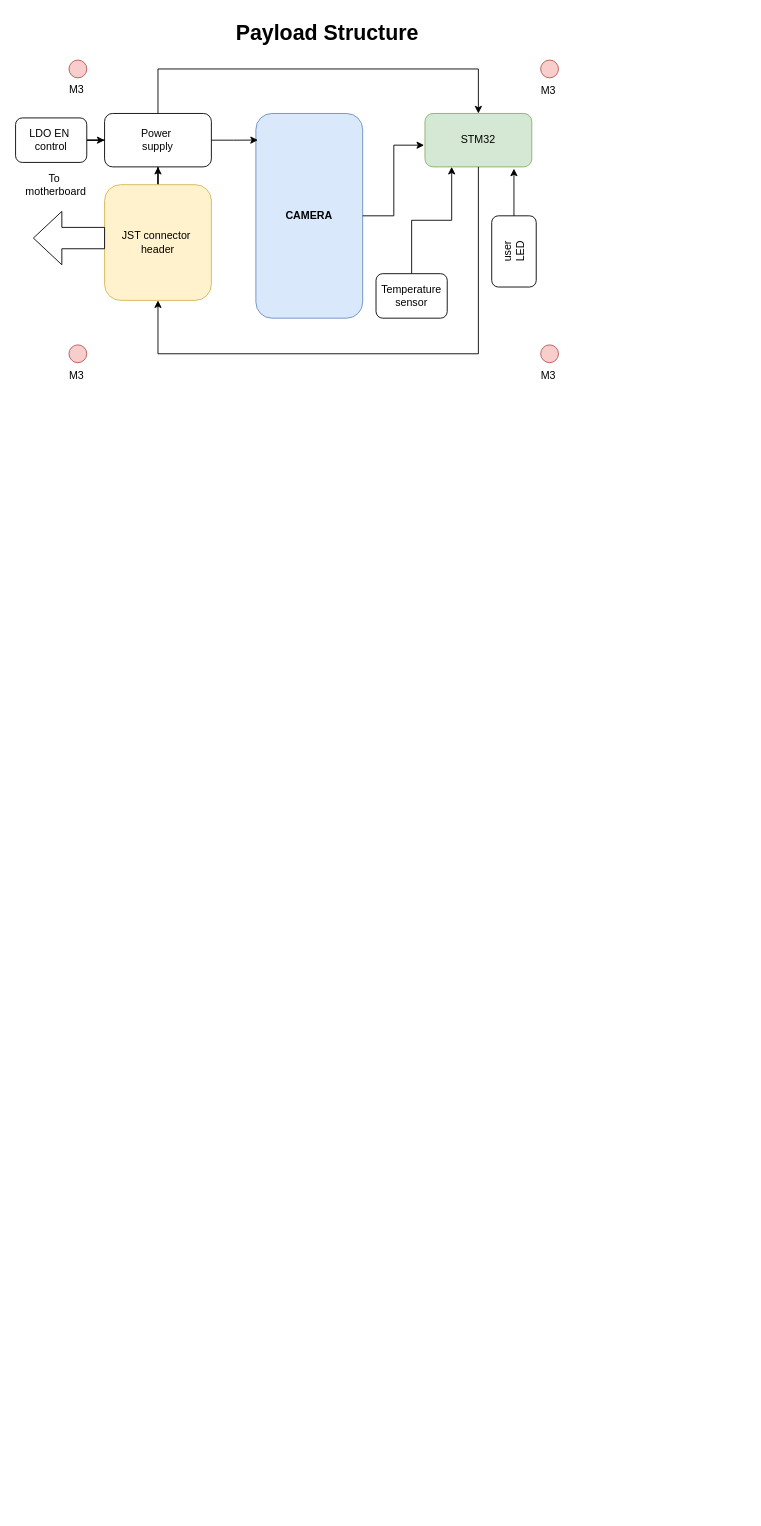
Before: payload/docs/payload-structure.drawio in bytecod3/Project-Shadow-Flight, a draw.io diagram. Source tidied: cells renumbered, new cells numbered last; positions are measured from the earlier drawing's top-left corner, leaving out a move shared by most shapes. Both pictures are drawn from the tidied source at 89%, with x=0, y=0 at pixel (15, 15).
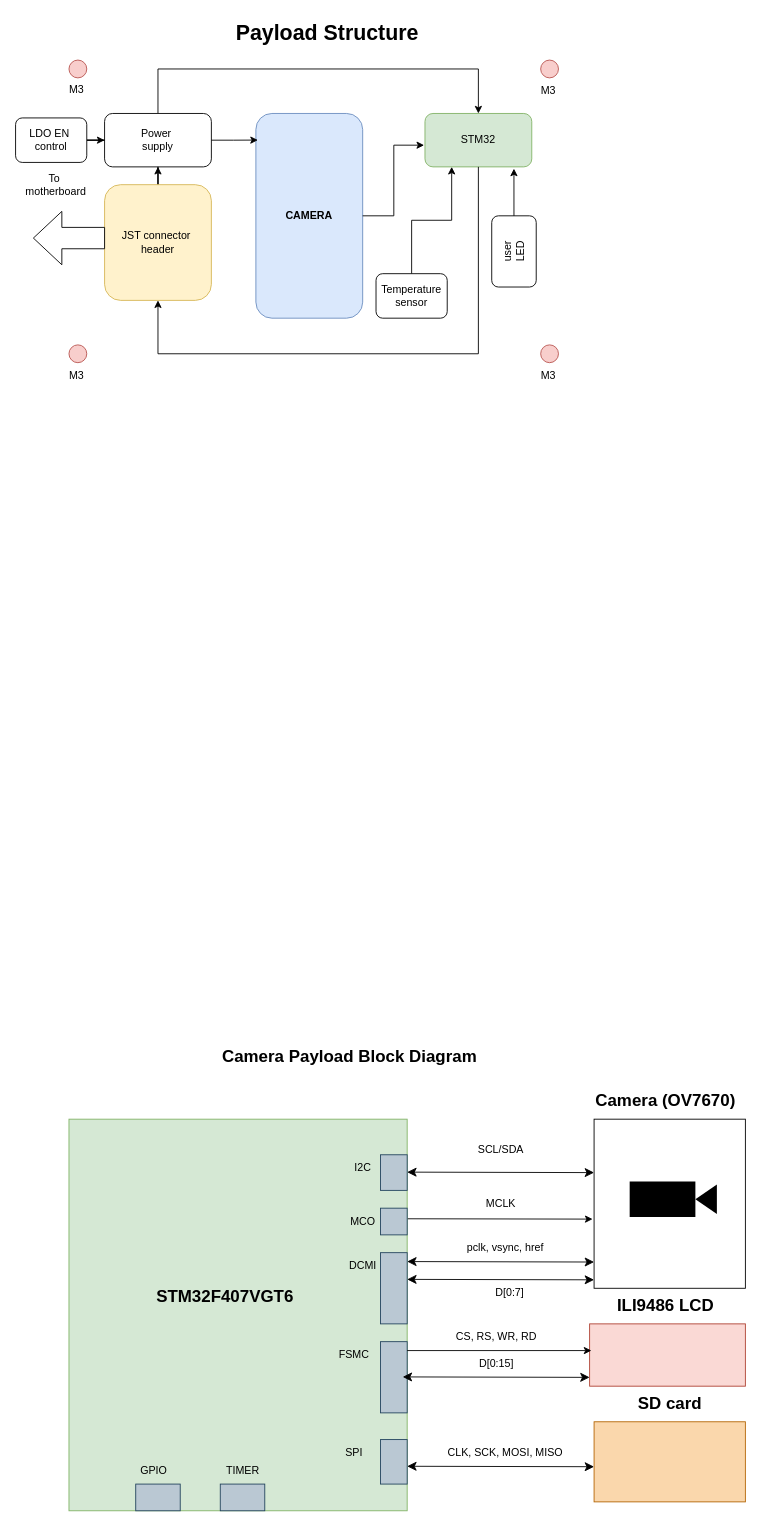
After the change.

Commit message (it also covers changes not shown here):
ADDS payload block diagram

Diff of the diagram source:
```diff
@@
+    <mxCell id="28" style="whiteSpace=wrap;html=1;fillColor=#d5e8d4;strokeColor=#82b366;" parent="1" vertex="1">
+      <mxGeometry x="60" y="1240" width="380" height="440" as="geometry" />
+    </mxCell>
+    <mxCell id="29" style="whiteSpace=wrap;html=1;fillColor=#bac8d3;strokeColor=#23445d;" parent="1" vertex="1">
+      <mxGeometry x="410" y="1280" width="30" height="40" as="geometry" />
+    </mxCell>
+    <mxCell id="30" style="whiteSpace=wrap;html=1;fillColor=#bac8d3;strokeColor=#23445d;" parent="1" vertex="1">
+      <mxGeometry x="410" y="1340" width="30" height="30" as="geometry" />
+    </mxCell>
+    <mxCell id="31" style="whiteSpace=wrap;html=1;fillColor=#bac8d3;strokeColor=#23445d;" parent="1" vertex="1">
+      <mxGeometry x="410" y="1390" width="30" height="80" as="geometry" />
+    </mxCell>
+    <mxCell id="32" style="whiteSpace=wrap;html=1;fillColor=#bac8d3;strokeColor=#23445d;" parent="1" vertex="1">
+      <mxGeometry x="410" y="1490" width="30" height="80" as="geometry" />
+    </mxCell>
+    <mxCell id="33" style="whiteSpace=wrap;html=1;fillColor=#bac8d3;strokeColor=#23445d;" parent="1" vertex="1">
+      <mxGeometry x="410" y="1600" width="30" height="50" as="geometry" />
+    </mxCell>
+    <mxCell id="34" style="whiteSpace=wrap;html=1;rotation=-90;fillColor=#bac8d3;strokeColor=#23445d;" parent="1" vertex="1">
+      <mxGeometry x="145" y="1640" width="30" height="50" as="geometry" />
+    </mxCell>
+    <mxCell id="35" style="whiteSpace=wrap;html=1;rotation=-90;fillColor=#bac8d3;strokeColor=#23445d;" parent="1" vertex="1">
+      <mxGeometry x="240" y="1640" width="30" height="50" as="geometry" />
+    </mxCell>
+    <mxCell id="36" style="whiteSpace=wrap;html=1;" parent="1" vertex="1">
+      <mxGeometry x="650" y="1240" width="170" height="190" as="geometry" />
+    </mxCell>
+    <mxCell id="37" value="Camera (OV7670)" style="text;html=1;align=center;verticalAlign=middle;strokeColor=none;fillColor=none;fontSize=19;fontStyle=1;fontFamily=Helvetica;" parent="1" vertex="1">
+      <mxGeometry x="640" y="1200" width="180" height="40" as="geometry" />
+    </mxCell>
+    <mxCell id="38" style="edgeStyle=none;jettySize=auto;html=1;endArrow=classic;startArrow=classic;endSize=8;startSize=8;rounded=0;entryX=0;entryY=0.316;entryDx=0;entryDy=0;entryPerimeter=0;" parent="1" edge="1" target="36">
+      <mxGeometry relative="1" as="geometry">
+        <mxPoint x="440" y="1299.5" as="sourcePoint" />
+      </mxGeometry>
+    </mxCell>
+    <mxCell id="39" style="edgeStyle=none;orthogonalLoop=1;jettySize=auto;html=1;endArrow=classic;startArrow=classic;endSize=8;startSize=8;rounded=0;entryX=0;entryY=0.316;entryDx=0;entryDy=0;entryPerimeter=0;" parent="1" edge="1">
+      <mxGeometry relative="1" as="geometry">
+        <mxPoint x="440" y="1400" as="sourcePoint" />
+        <mxPoint x="650" y="1400.5" as="targetPoint" />
+      </mxGeometry>
+    </mxCell>
+    <mxCell id="40" style="edgeStyle=none;orthogonalLoop=1;jettySize=auto;html=1;endArrow=classic;startArrow=classic;endSize=8;startSize=8;rounded=0;entryX=0;entryY=0.316;entryDx=0;entryDy=0;entryPerimeter=0;" parent="1" edge="1">
+      <mxGeometry relative="1" as="geometry">
+        <mxPoint x="440" y="1420" as="sourcePoint" />
+        <mxPoint x="650" y="1420.5" as="targetPoint" />
+      </mxGeometry>
+    </mxCell>
+    <mxCell id="41" style="endArrow=classic;html=1;rounded=0;exitX=1.024;exitY=0.397;exitDx=0;exitDy=0;exitPerimeter=0;entryX=-0.01;entryY=0.591;entryDx=0;entryDy=0;entryPerimeter=0;" parent="1" edge="1" source="30" target="36">
+      <mxGeometry relative="1" as="geometry" />
+    </mxCell>
+    <mxCell id="42" value="I2C" style="text;html=1;align=center;verticalAlign=middle;strokeColor=none;fillColor=none;" parent="1" vertex="1">
+      <mxGeometry x="370" y="1280" width="40" height="30" as="geometry" />
+    </mxCell>
+    <mxCell id="43" value="MCO" style="text;html=1;align=center;verticalAlign=middle;strokeColor=none;fillColor=none;" parent="1" vertex="1">
+      <mxGeometry x="365" y="1340" width="50" height="30" as="geometry" />
+    </mxCell>
+    <mxCell id="44" value="DCMI" style="text;html=1;align=center;verticalAlign=middle;strokeColor=none;fillColor=none;" parent="1" vertex="1">
+      <mxGeometry x="365" y="1390" width="50" height="30" as="geometry" />
+    </mxCell>
+    <mxCell id="45" value="FSMC" style="text;html=1;align=center;verticalAlign=middle;strokeColor=none;fillColor=none;" parent="1" vertex="1">
+      <mxGeometry x="350" y="1490" width="60" height="30" as="geometry" />
+    </mxCell>
+    <mxCell id="46" value="SPI" style="text;html=1;align=center;verticalAlign=middle;strokeColor=none;fillColor=none;" parent="1" vertex="1">
+      <mxGeometry x="360" y="1600" width="40" height="30" as="geometry" />
+    </mxCell>
+    <mxCell id="47" value="GPIO" style="text;html=1;align=center;verticalAlign=middle;strokeColor=none;fillColor=none;" parent="1" vertex="1">
+      <mxGeometry x="130" y="1620" width="50" height="30" as="geometry" />
+    </mxCell>
+    <mxCell id="48" value="TIMER" style="text;html=1;align=center;verticalAlign=middle;strokeColor=none;fillColor=none;" parent="1" vertex="1">
+      <mxGeometry x="225" y="1620" width="60" height="30" as="geometry" />
+    </mxCell>
+    <mxCell id="49" value="SCL/SDA" style="text;html=1;align=center;verticalAlign=middle;strokeColor=none;fillColor=none;" parent="1" vertex="1">
+      <mxGeometry x="510" y="1260" width="70" height="30" as="geometry" />
+    </mxCell>
+    <mxCell id="50" value="MCLK" style="text;html=1;align=center;verticalAlign=middle;strokeColor=none;fillColor=none;" parent="1" vertex="1">
+      <mxGeometry x="515" y="1320" width="60" height="30" as="geometry" />
+    </mxCell>
+    <mxCell id="51" value="pclk, vsync, href" style="text;html=1;align=center;verticalAlign=middle;strokeColor=none;fillColor=none;" parent="1" vertex="1">
+      <mxGeometry x="495" y="1370" width="110" height="30" as="geometry" />
+    </mxCell>
+    <mxCell id="52" value="D[0:7]" style="text;html=1;align=center;verticalAlign=middle;strokeColor=none;fillColor=none;" parent="1" vertex="1">
+      <mxGeometry x="525" y="1420" width="60" height="30" as="geometry" />
+    </mxCell>
+    <mxCell id="53" style="whiteSpace=wrap;html=1;fillColor=#fad7ac;strokeColor=#b46504;" parent="1" vertex="1">
+      <mxGeometry x="650" y="1580" width="170" height="90" as="geometry" />
+    </mxCell>
+    <mxCell id="54" value="SD card" style="text;html=1;align=center;verticalAlign=middle;strokeColor=none;fillColor=none;fontSize=19;fontStyle=1;fontFamily=Helvetica;" parent="1" vertex="1">
+      <mxGeometry x="690" y="1540" width="90" height="40" as="geometry" />
+    </mxCell>
+    <mxCell id="55" style="edgeStyle=none;orthogonalLoop=1;jettySize=auto;html=1;endArrow=classic;startArrow=classic;endSize=8;startSize=8;rounded=0;entryX=0;entryY=0.316;entryDx=0;entryDy=0;entryPerimeter=0;" parent="1" edge="1">
+      <mxGeometry relative="1" as="geometry">
+        <mxPoint x="440" y="1630" as="sourcePoint" />
+        <mxPoint x="650" y="1630.5" as="targetPoint" />
+      </mxGeometry>
+    </mxCell>
+    <mxCell id="56" value="CLK, SCK, MOSI, MISO" style="text;html=1;align=center;verticalAlign=middle;strokeColor=none;fillColor=none;" parent="1" vertex="1">
+      <mxGeometry x="475" y="1600" width="150" height="30" as="geometry" />
+    </mxCell>
+    <mxCell id="57" style="whiteSpace=wrap;html=1;fillColor=#fad9d5;strokeColor=#ae4132;" parent="1" vertex="1">
+      <mxGeometry x="645" y="1470" width="175" height="70" as="geometry" />
+    </mxCell>
+    <mxCell id="58" style="endArrow=classic;html=1;rounded=0;exitX=1.024;exitY=0.397;exitDx=0;exitDy=0;exitPerimeter=0;entryX=-0.01;entryY=0.591;entryDx=0;entryDy=0;entryPerimeter=0;" parent="1" edge="1">
+      <mxGeometry relative="1" as="geometry">
+        <mxPoint x="440" y="1500" as="sourcePoint" />
+        <mxPoint x="647" y="1500" as="targetPoint" />
+      </mxGeometry>
+    </mxCell>
+    <mxCell id="59" style="edgeStyle=none;orthogonalLoop=1;jettySize=auto;html=1;endArrow=classic;startArrow=classic;endSize=8;startSize=8;rounded=0;entryX=0;entryY=0.316;entryDx=0;entryDy=0;entryPerimeter=0;" parent="1" edge="1">
+      <mxGeometry relative="1" as="geometry">
+        <mxPoint x="435" y="1529.6" as="sourcePoint" />
+        <mxPoint x="645" y="1530.1" as="targetPoint" />
+      </mxGeometry>
+    </mxCell>
+    <mxCell id="60" value="D[0:15]" style="text;html=1;align=center;verticalAlign=middle;strokeColor=none;fillColor=none;" parent="1" vertex="1">
+      <mxGeometry x="510" y="1500" width="60" height="30" as="geometry" />
+    </mxCell>
+    <mxCell id="61" value="CS, RS, WR, RD" style="text;html=1;align=center;verticalAlign=middle;strokeColor=none;fillColor=none;" parent="1" vertex="1">
+      <mxGeometry x="485" y="1470" width="110" height="30" as="geometry" />
+    </mxCell>
+    <mxCell id="62" value="ILI9486 LCD" style="text;html=1;align=center;verticalAlign=middle;strokeColor=none;fillColor=none;fontSize=19;fontStyle=1;fontFamily=Helvetica;" parent="1" vertex="1">
+      <mxGeometry x="665" y="1430" width="130" height="40" as="geometry" />
+    </mxCell>
+    <mxCell id="63" value="STM32F407VGT6" style="text;html=1;align=center;verticalAlign=middle;strokeColor=none;fillColor=none;fontSize=19;fontStyle=1;fontFamily=Helvetica;" parent="1" vertex="1">
+      <mxGeometry x="145" y="1420" width="180" height="40" as="geometry" />
+    </mxCell>
+    <mxCell id="64" style="shape=mxgraph.signs.tech.video_camera;html=1;fillColor=#000000;strokeColor=none;verticalLabelPosition=bottom;verticalAlign=top;align=center;" parent="1" vertex="1">
+      <mxGeometry x="690" y="1310" width="98" height="40" as="geometry" />
+    </mxCell>
+    <mxCell id="65" value="Camera Payload Block Diagram" style="text;html=1;align=center;verticalAlign=middle;strokeColor=none;fillColor=none;fontSize=19;fontStyle=1;fontFamily=Helvetica;" parent="1" vertex="1">
+      <mxGeometry x="230" y="1150" width="290" height="40" as="geometry" />
+    </mxCell>
```
